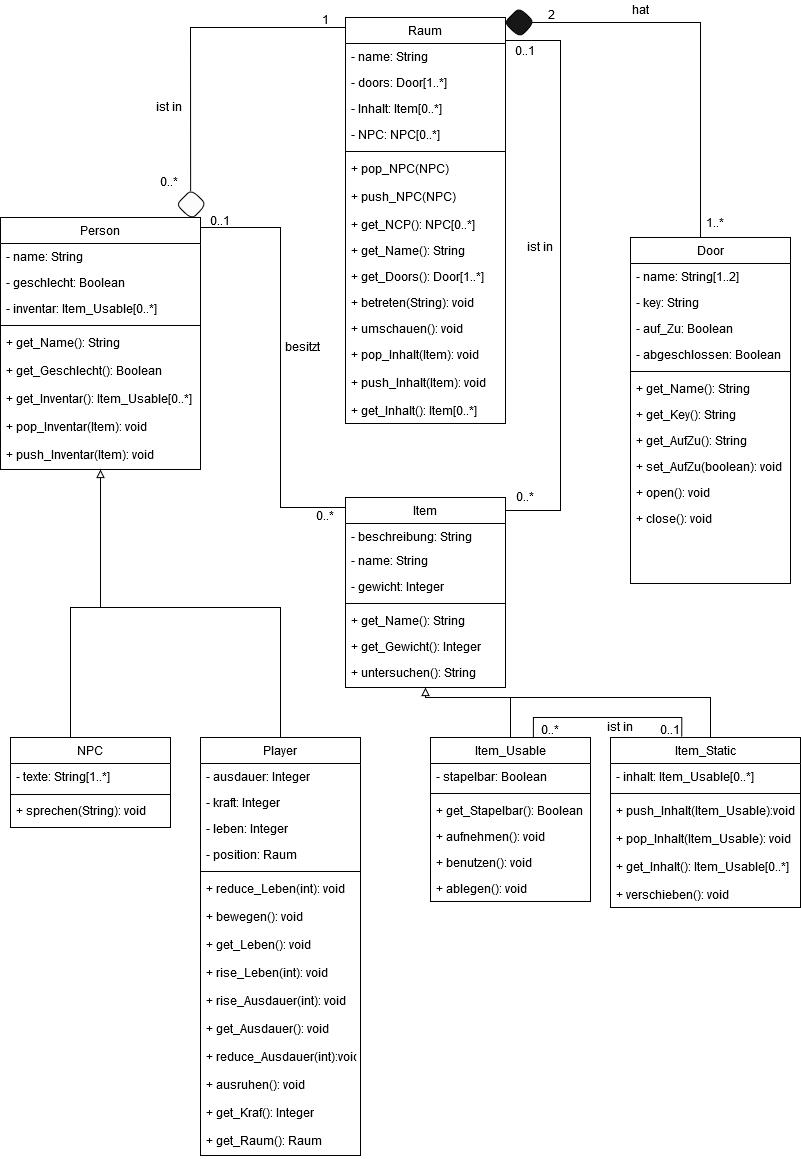
Earlier version of the draw.io export Klassendiagram.png (Elegond/AE-Text-Adventure). Source tidied: cells renumbered, new cells last; positions are measured from the earlier drawing's top-left corner, leaving out a move shared by most shapes.
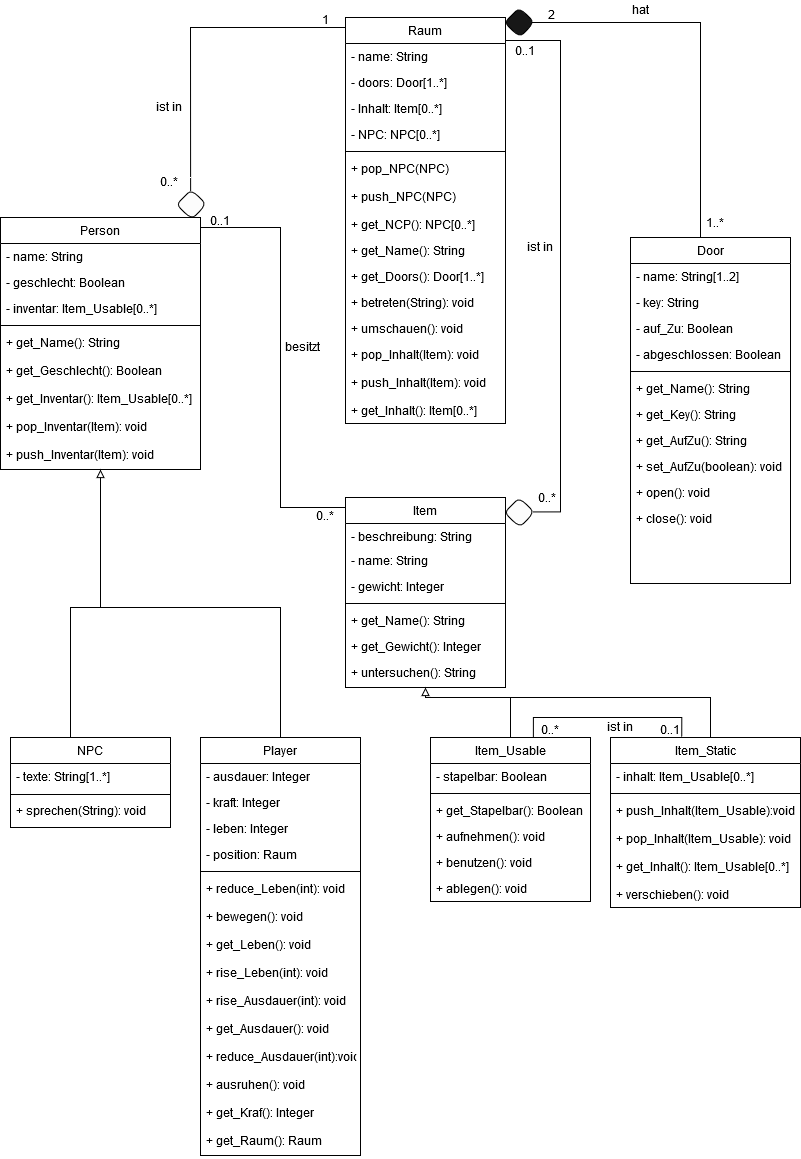
The same diagram one commit later.

Diff of the diagram source:
```diff
@@ -130,12 +130,11 @@
         </Array>
       </mxGeometry>
     </mxCell>
-    <mxCell id="39" style="edgeStyle=orthogonalEdgeStyle;rounded=0;orthogonalLoop=1;jettySize=auto;html=1;endArrow=none;endFill=0;" parent="1" edge="1">
+    <mxCell id="39" style="edgeStyle=orthogonalEdgeStyle;rounded=0;jettySize=auto;html=1;endArrow=none;endFill=0;exitX=0.93;exitY=0.481;exitDx=0;exitDy=0;exitPerimeter=0;" parent="1" edge="1" source="108">
       <mxGeometry relative="1" as="geometry">
-        <mxPoint x="505" y="510" as="sourcePoint" />
         <mxPoint x="505" y="40" as="targetPoint" />
         <Array as="points">
-          <mxPoint x="560" y="510" />
+          <mxPoint x="560" y="511" />
           <mxPoint x="560" y="40" />
         </Array>
       </mxGeometry>
@@ -268,7 +267,7 @@
       <mxGeometry x="149" y="97" width="40" height="17" as="geometry" />
     </mxCell>
     <mxCell id="79" value="0..*" style="text;html=1;strokeColor=none;fillColor=none;align=center;verticalAlign=middle;whiteSpace=wrap;rounded=0;" parent="1" vertex="1">
-      <mxGeometry x="505" y="487" width="40" height="17" as="geometry" />
+      <mxGeometry x="527" y="489" width="40" height="15" as="geometry" />
     </mxCell>
     <mxCell id="80" style="edgeStyle=orthogonalEdgeStyle;rounded=0;jettySize=auto;html=1;endArrow=block;endFill=0;entryX=0.5;entryY=1;entryDx=0;entryDy=0;" parent="1" edge="1" source="81" target="3">
       <mxGeometry relative="1" as="geometry">
@@ -369,5 +368,8 @@
     <mxCell id="107" style="rhombus;whiteSpace=wrap;html=1;rounded=1;fillColor=#FCFCFC;" parent="1" vertex="1">
       <mxGeometry x="176" y="189" width="30" height="30" as="geometry" />
     </mxCell>
+    <mxCell id="108" style="rhombus;whiteSpace=wrap;html=1;rounded=1;fillColor=#FCFCFC;" parent="1" vertex="1">
+      <mxGeometry x="504" y="497" width="30" height="30" as="geometry" />
+    </mxCell>
   </root>
 </mxGraphModel>
```
